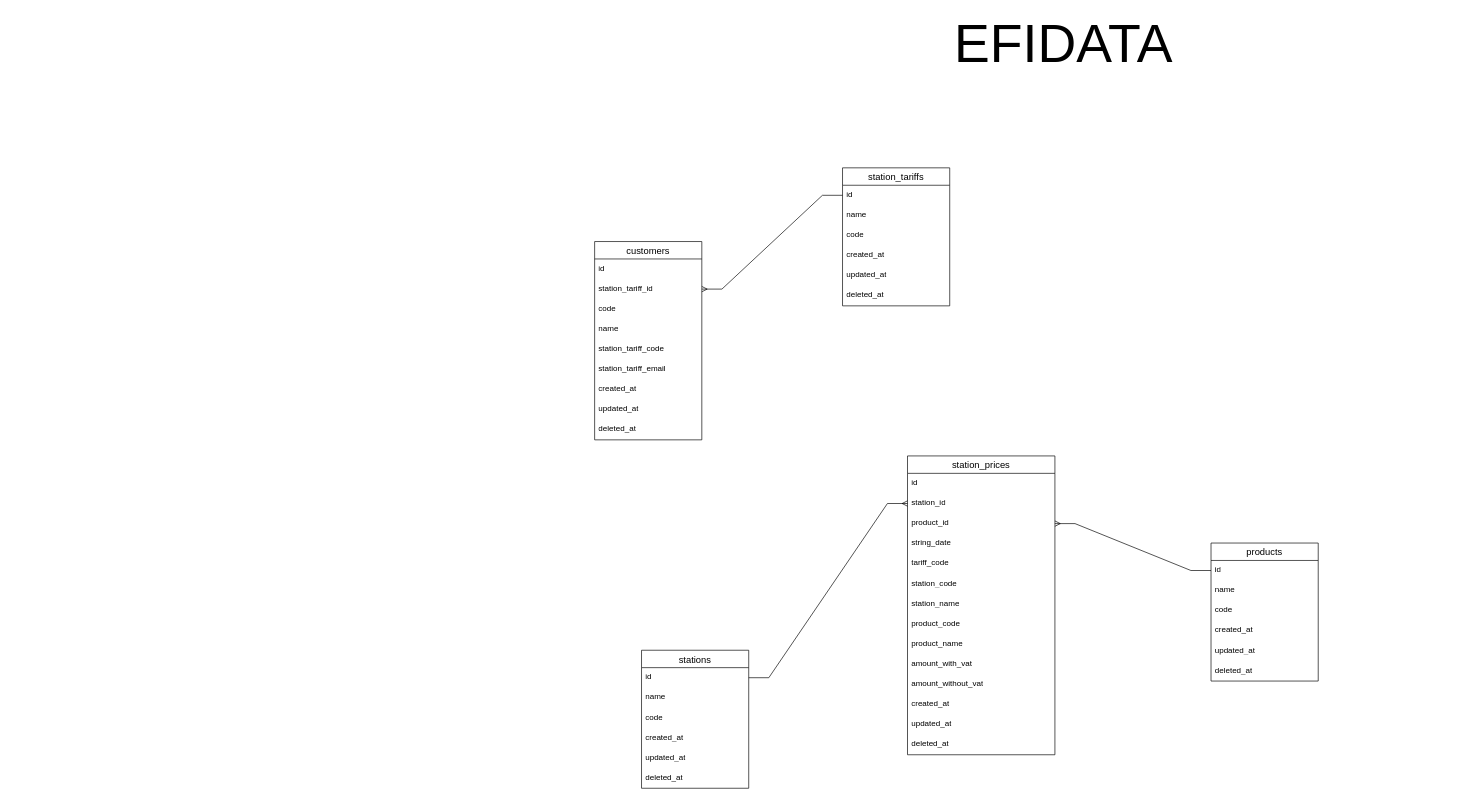
The draw.io diagram generator/assets/diagrams/AvanzaOil.drawio.xml in doriandarren/node-generator, before the edit. Source tidied: cells renumbered, new cells numbered last; positions are measured from the earlier drawing's top-left corner, leaving out a move shared by most shapes. Both pictures are drawn from the tidied source at 67%, with x=0, y=0 at pixel (594, 13).
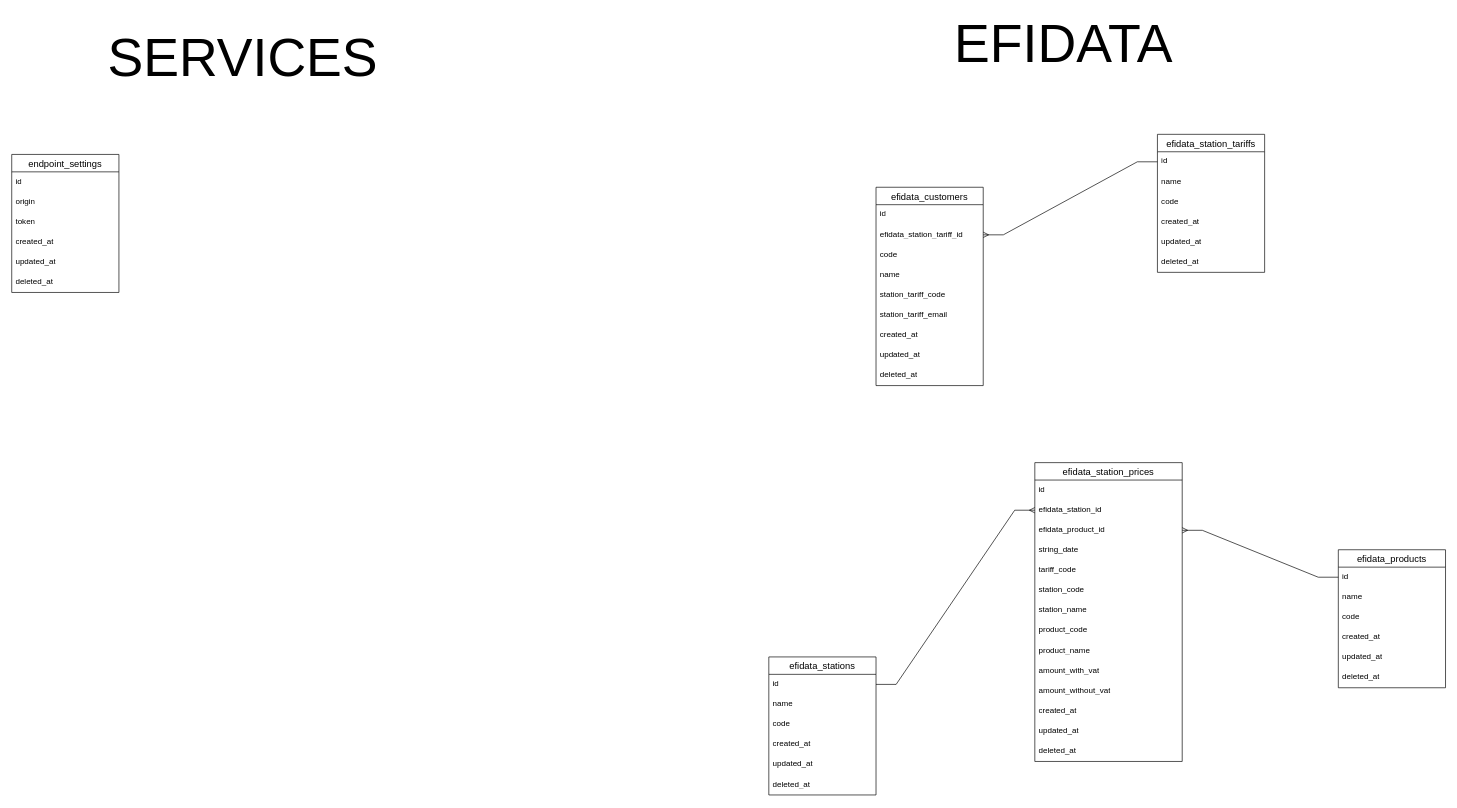
After the change.

What changed in the source:
```diff
@@
-    <mxCell id="2" value="customers" style="swimlane;fontStyle=0;horizontal=1;startSize=26;align=center;fontSize=14;" parent="1" vertex="1">
-      <mxGeometry y="340" width="160" height="296" as="geometry" />
+    <mxCell id="2" value="efidata_customers" style="swimlane;fontStyle=0;horizontal=1;startSize=26;align=center;fontSize=14;" parent="1" vertex="1">
+      <mxGeometry x="420" y="259" width="160" height="296" as="geometry" />
     </mxCell>
@@
-    <mxCell id="4" value="station_tariff_id" style="text;strokeColor=none;fillColor=none;spacingLeft=4;spacingRight=4;overflow=hidden;points=[[0,0.5],[1,0.5]];portConstraint=eastwest;fontSize=12;whiteSpace=wrap;html=1;" parent="2" vertex="1">
+    <mxCell id="4" value="efidata_station_tariff_id" style="text;strokeColor=none;fillColor=none;spacingLeft=4;spacingRight=4;overflow=hidden;points=[[0,0.5],[1,0.5]];portConstraint=eastwest;fontSize=12;whiteSpace=wrap;html=1;" parent="2" vertex="1">
       <mxGeometry y="56" width="160" height="30" as="geometry" />
     </mxCell>
@@
-    <mxCell id="12" value="station_tariffs" style="swimlane;fontStyle=0;horizontal=1;startSize=26;align=center;fontSize=14;" parent="1" vertex="1">
-      <mxGeometry x="370" y="230" width="160" height="206" as="geometry" />
+    <mxCell id="12" value="efidata_station_tariffs" style="swimlane;fontStyle=0;horizontal=1;startSize=26;align=center;fontSize=14;" parent="1" vertex="1">
+      <mxGeometry x="840" y="180" width="160" height="206" as="geometry" />
     </mxCell>
@@
-    <mxCell id="20" value="stations" style="swimlane;fontStyle=0;horizontal=1;startSize=26;align=center;fontSize=14;" parent="1" vertex="1">
-      <mxGeometry x="70" y="950" width="160" height="206" as="geometry" />
+    <mxCell id="20" value="efidata_stations" style="swimlane;fontStyle=0;horizontal=1;startSize=26;align=center;fontSize=14;" parent="1" vertex="1">
+      <mxGeometry x="260" y="960" width="160" height="206" as="geometry" />
     </mxCell>
@@
-    <mxCell id="27" value="station_prices" style="swimlane;fontStyle=0;horizontal=1;startSize=26;align=center;fontSize=14;" parent="1" vertex="1">
-      <mxGeometry x="467" y="660" width="220" height="446" as="geometry" />
+    <mxCell id="27" value="efidata_station_prices" style="swimlane;fontStyle=0;horizontal=1;startSize=26;align=center;fontSize=14;" parent="1" vertex="1">
+      <mxGeometry x="657" y="670" width="220" height="446" as="geometry" />
     </mxCell>
@@
-    <mxCell id="29" value="station_id" style="text;strokeColor=none;fillColor=none;spacingLeft=4;spacingRight=4;overflow=hidden;points=[[0,0.5],[1,0.5]];portConstraint=eastwest;fontSize=12;whiteSpace=wrap;html=1;" parent="27" vertex="1">
+    <mxCell id="29" value="efidata_station_id" style="text;strokeColor=none;fillColor=none;spacingLeft=4;spacingRight=4;overflow=hidden;points=[[0,0.5],[1,0.5]];portConstraint=eastwest;fontSize=12;whiteSpace=wrap;html=1;" parent="27" vertex="1">
       <mxGeometry y="56" width="220" height="30" as="geometry" />
     </mxCell>
-    <mxCell id="30" value="product_id" style="text;strokeColor=none;fillColor=none;spacingLeft=4;spacingRight=4;overflow=hidden;points=[[0,0.5],[1,0.5]];portConstraint=eastwest;fontSize=12;whiteSpace=wrap;html=1;" parent="27" vertex="1">
+    <mxCell id="30" value="efidata_product_id" style="text;strokeColor=none;fillColor=none;spacingLeft=4;spacingRight=4;overflow=hidden;points=[[0,0.5],[1,0.5]];portConstraint=eastwest;fontSize=12;whiteSpace=wrap;html=1;" parent="27" vertex="1">
       <mxGeometry y="86" width="220" height="30" as="geometry" />
     </mxCell>
@@
-    <mxCell id="42" value="products" style="swimlane;fontStyle=0;horizontal=1;startSize=26;align=center;fontSize=14;" parent="1" vertex="1">
-      <mxGeometry x="920" y="790" width="160" height="206" as="geometry" />
+    <mxCell id="42" value="efidata_products" style="swimlane;fontStyle=0;horizontal=1;startSize=26;align=center;fontSize=14;" parent="1" vertex="1">
+      <mxGeometry x="1110" y="800" width="160" height="206" as="geometry" />
     </mxCell>
@@
+    <mxCell id="52" value="endpoint_settings" style="swimlane;fontStyle=0;horizontal=1;startSize=26;align=center;fontSize=14;" parent="1" vertex="1">
+      <mxGeometry x="-870" y="210" width="160" height="206" as="geometry" />
+    </mxCell>
+    <mxCell id="53" value="id" style="text;strokeColor=none;fillColor=none;spacingLeft=4;spacingRight=4;overflow=hidden;fontSize=12;whiteSpace=wrap;html=1;" parent="52" vertex="1">
+      <mxGeometry y="26" width="160" height="30" as="geometry" />
+    </mxCell>
+    <mxCell id="54" value="origin" style="text;strokeColor=none;fillColor=none;spacingLeft=4;spacingRight=4;overflow=hidden;fontSize=12;whiteSpace=wrap;html=1;" parent="52" vertex="1">
+      <mxGeometry y="56" width="160" height="30" as="geometry" />
+    </mxCell>
+    <mxCell id="55" value="token" style="text;strokeColor=none;fillColor=none;spacingLeft=4;spacingRight=4;overflow=hidden;fontSize=12;whiteSpace=wrap;html=1;" parent="52" vertex="1">
+      <mxGeometry y="86" width="160" height="30" as="geometry" />
+    </mxCell>
+    <mxCell id="56" value="created_at" style="text;strokeColor=none;fillColor=none;spacingLeft=4;spacingRight=4;overflow=hidden;fontSize=12;whiteSpace=wrap;html=1;" parent="52" vertex="1">
+      <mxGeometry y="116" width="160" height="30" as="geometry" />
+    </mxCell>
+    <mxCell id="57" value="updated_at" style="text;strokeColor=none;fillColor=none;spacingLeft=4;spacingRight=4;overflow=hidden;fontSize=12;whiteSpace=wrap;html=1;" parent="52" vertex="1">
+      <mxGeometry y="146" width="160" height="30" as="geometry" />
+    </mxCell>
+    <mxCell id="58" value="deleted_at" style="text;strokeColor=none;fillColor=none;spacingLeft=4;spacingRight=4;overflow=hidden;fontSize=12;whiteSpace=wrap;html=1;" parent="52" vertex="1">
+      <mxGeometry y="176" width="160" height="30" as="geometry" />
+    </mxCell>
+    <mxCell id="59" value="SERVICES" style="text;html=1;whiteSpace=wrap;strokeColor=none;fillColor=none;align=center;verticalAlign=middle;rounded=0;fontSize=80;" parent="1" vertex="1">
+      <mxGeometry x="-780" y="20" width="510" height="90" as="geometry" />
+    </mxCell>
```
